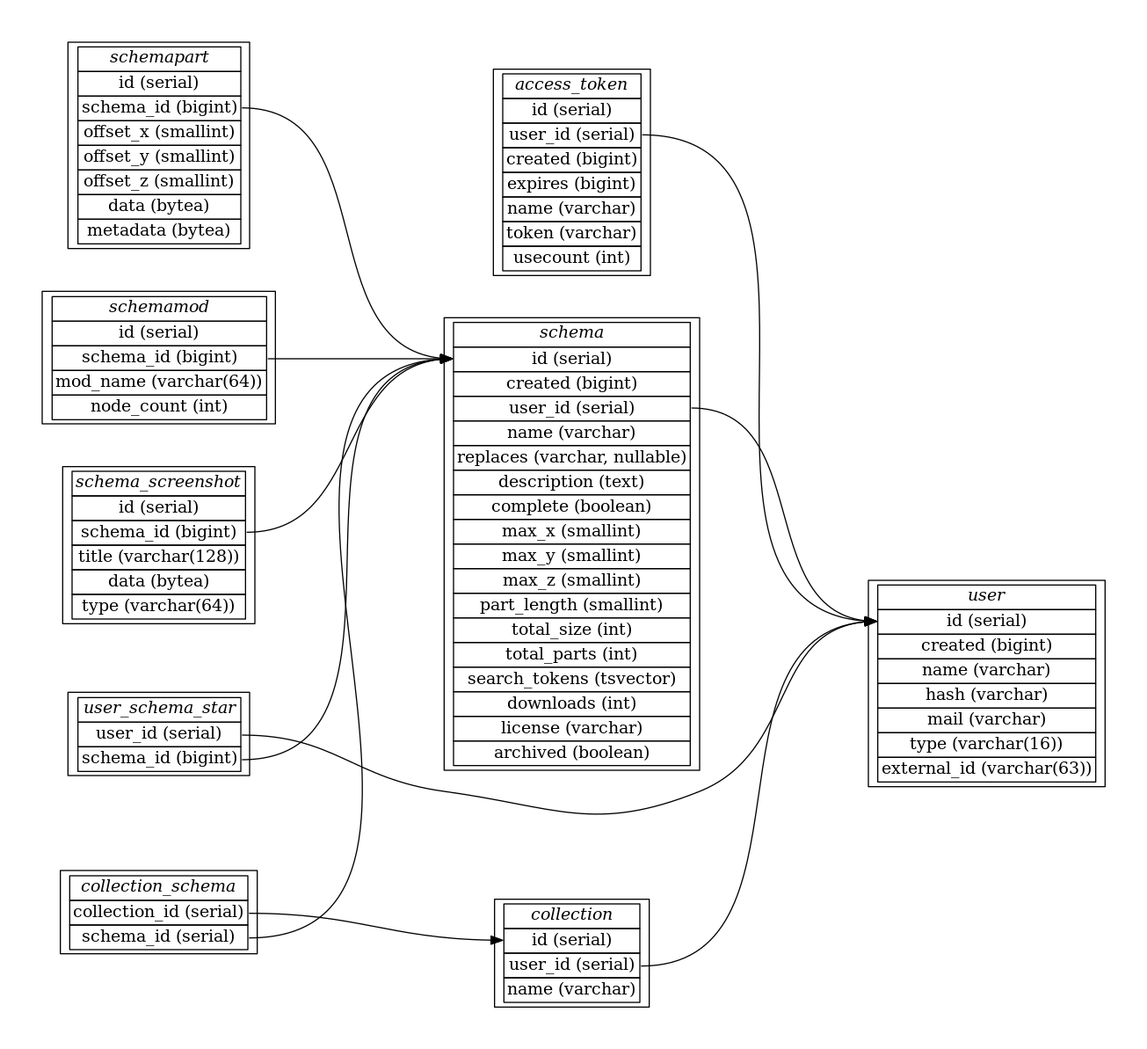
Earlier version of the Graphviz export doc/database.png (blockexchange/blockexchange_server). Its source is kept beside it as doc/database.dot.
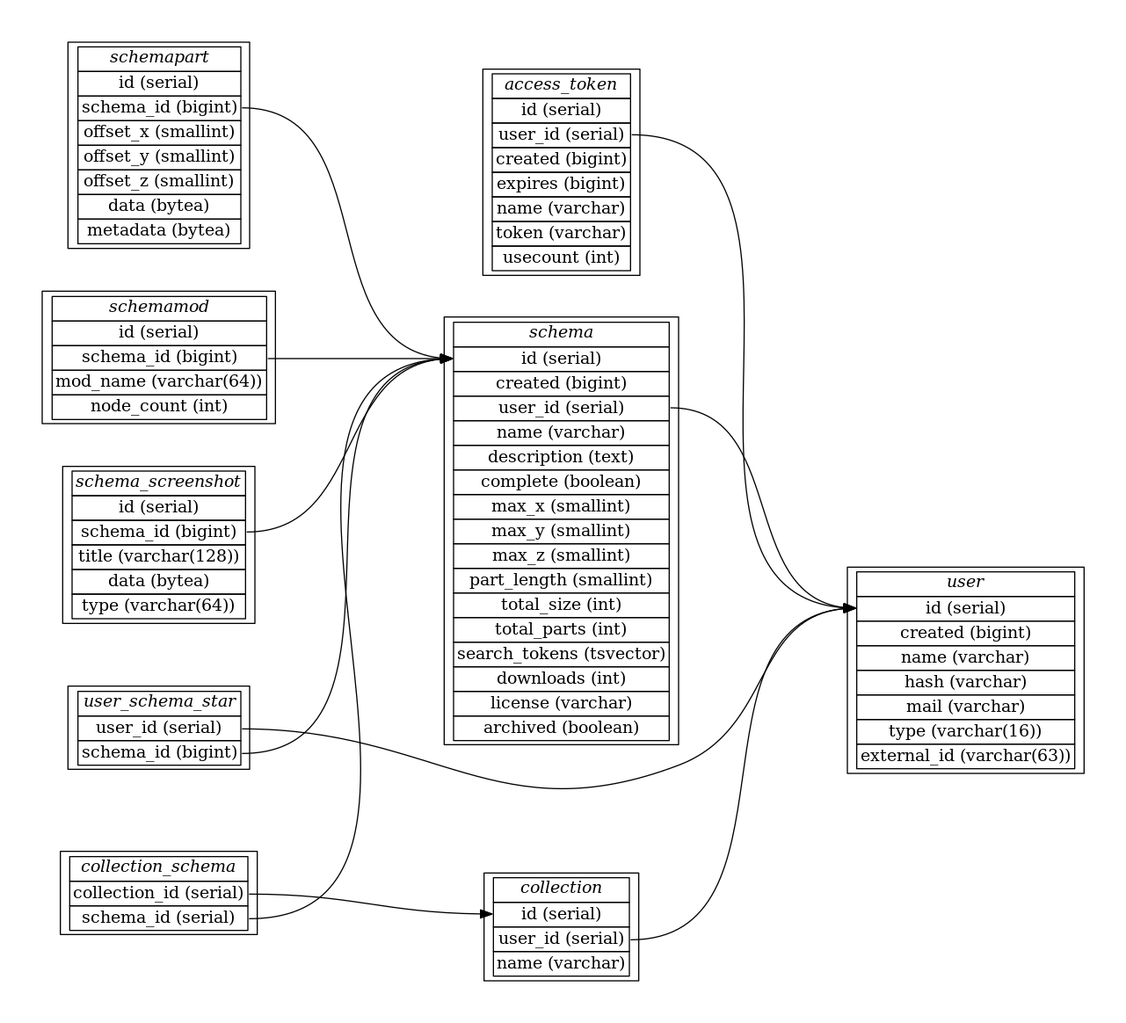
After the commit.

Diff of the diagram source:
```diff
@@ -35,7 +35,6 @@
 	  <tr><td port="7">created (bigint)</td></tr>
 	  <tr><td port="8">user_id (serial)</td></tr>
 		<tr><td port="9">name (varchar)</td></tr>
-		<tr><td port="9a">replaces (varchar, nullable)</td></tr>
 	  <tr><td port="10">description (text)</td></tr>
 	  <tr><td port="11">complete (boolean)</td></tr>
 	  <tr><td port="12">max_x (smallint)</td></tr>
```
